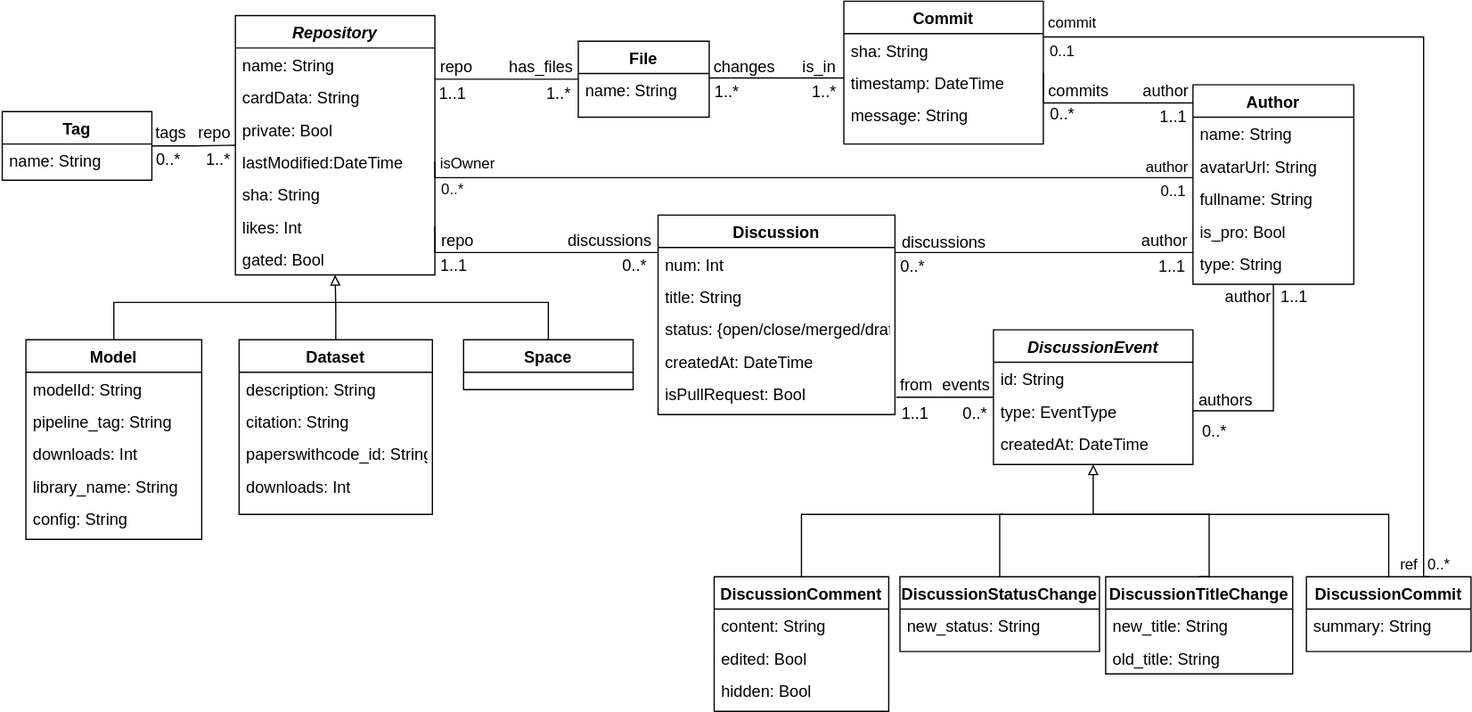
The draw.io diagram resources/figs/conceptualSchema.svg in SOM-Research/HFCommunity, before a commit. Source tidied: cells renumbered, new cells last; positions are measured from the earlier drawing's top-left corner, leaving out a move shared by most shapes.
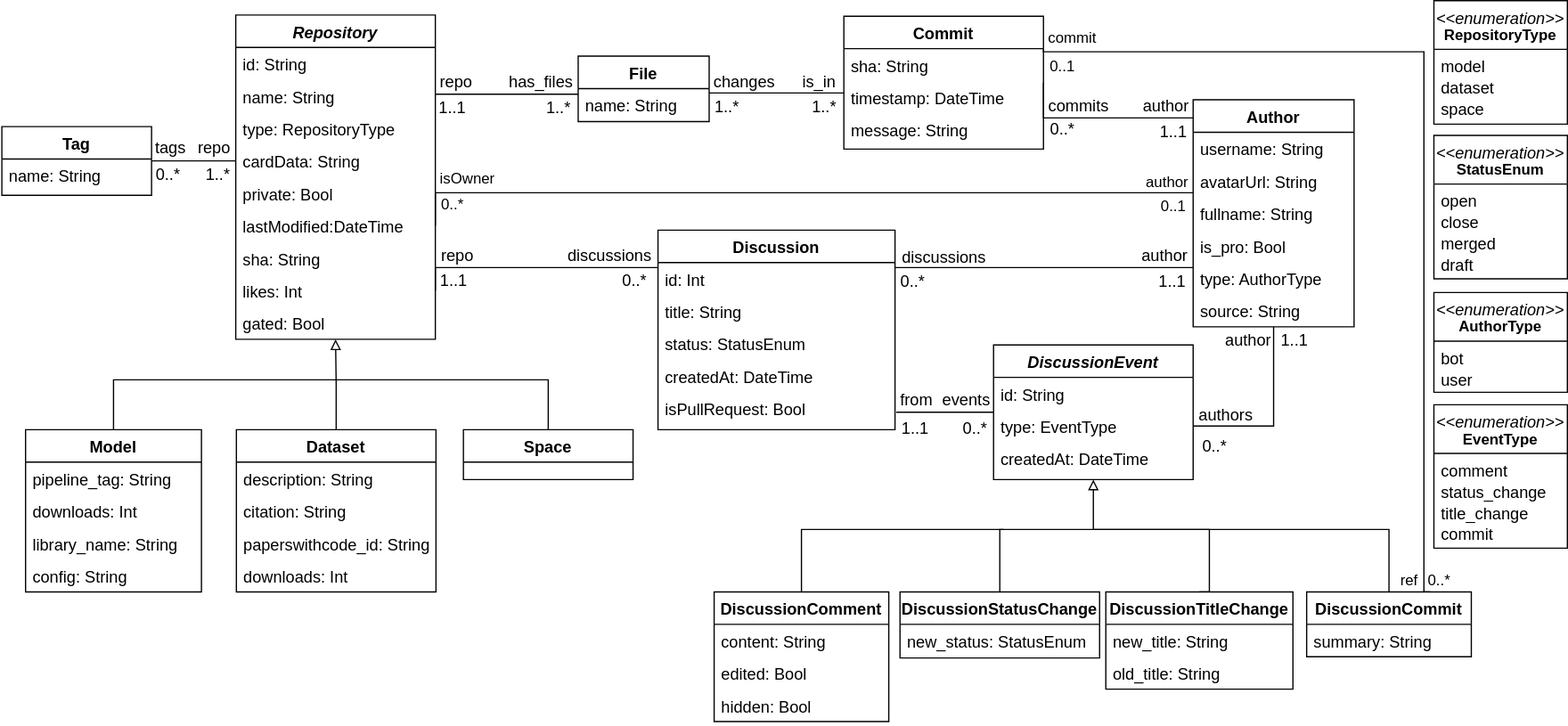
Above is the later version.

What changed in the source:
```diff
@@ -7,4 +7,4 @@
         <Array as="points">
-          <mxPoint x="90" y="242" />
-          <mxPoint x="438" y="242" />
+          <mxPoint x="89" y="292" />
+          <mxPoint x="438" y="292" />
         </Array>
@@ -13,18 +13,15 @@
     <mxCell id="3" value="Model" style="swimlane;fontStyle=1;align=center;verticalAlign=top;horizontal=1;startSize=26;rounded=0;shadow=0;strokeWidth=1;strokeColor=#000000;fontSize=13;" parent="1" vertex="1">
-      <mxGeometry x="19" y="272" width="141" height="160" as="geometry" />
+      <mxGeometry x="19" y="332" width="141" height="130" as="geometry" />
     </mxCell>
-    <mxCell id="4" value="modelId: String" style="text;align=left;verticalAlign=top;spacingLeft=4;spacingRight=4;overflow=hidden;strokeWidth=2;fontSize=13;" parent="3" vertex="1">
-      <mxGeometry y="26" width="141" height="26" as="geometry" />
-    </mxCell>
     <mxCell id="5" value="pipeline_tag: String" style="text;align=left;verticalAlign=top;spacingLeft=4;spacingRight=4;overflow=hidden;rounded=0;shadow=0;html=0;strokeWidth=2;fontSize=13;" parent="3" vertex="1">
-      <mxGeometry y="52" width="141" height="26" as="geometry" />
+      <mxGeometry y="26" width="141" height="26" as="geometry" />
     </mxCell>
     <mxCell id="6" value="downloads: Int" style="text;align=left;verticalAlign=top;spacingLeft=4;spacingRight=4;overflow=hidden;strokeWidth=2;fontSize=13;" parent="3" vertex="1">
-      <mxGeometry y="78" width="141" height="26" as="geometry" />
+      <mxGeometry y="52" width="141" height="26" as="geometry" />
     </mxCell>
     <mxCell id="7" value="library_name: String" style="text;align=left;verticalAlign=top;spacingLeft=4;spacingRight=4;overflow=hidden;strokeWidth=2;fontSize=13;" parent="3" vertex="1">
-      <mxGeometry y="104" width="141" height="26" as="geometry" />
+      <mxGeometry y="78" width="141" height="26" as="geometry" />
     </mxCell>
     <mxCell id="8" value="config: String" style="text;align=left;verticalAlign=top;spacingLeft=4;spacingRight=4;overflow=hidden;strokeWidth=2;fontSize=13;" parent="3" vertex="1">
-      <mxGeometry y="130" width="141" height="26" as="geometry" />
+      <mxGeometry y="104" width="141" height="26" as="geometry" />
     </mxCell>
@@ -34,21 +31,26 @@
     <mxCell id="10" value="Dataset" style="swimlane;fontStyle=1;align=center;verticalAlign=top;horizontal=1;startSize=26;rounded=0;shadow=0;strokeWidth=1;strokeColor=#000000;fontSize=13;" parent="1" vertex="1">
-      <mxGeometry x="190" y="272" width="155" height="140" as="geometry" />
+      <mxGeometry x="188" y="332" width="160" height="130" as="geometry" />
     </mxCell>
     <mxCell id="11" value="description: String" style="text;align=left;verticalAlign=top;spacingLeft=4;spacingRight=4;overflow=hidden;strokeWidth=2;fontSize=13;" parent="10" vertex="1">
-      <mxGeometry y="26" width="155" height="26" as="geometry" />
+      <mxGeometry y="26" width="160" height="26" as="geometry" />
     </mxCell>
     <mxCell id="12" value="citation: String" style="text;align=left;verticalAlign=top;spacingLeft=4;spacingRight=4;overflow=hidden;strokeWidth=2;fontSize=13;" parent="10" vertex="1">
-      <mxGeometry y="52" width="155" height="26" as="geometry" />
+      <mxGeometry y="52" width="160" height="26" as="geometry" />
     </mxCell>
     <mxCell id="13" value="paperswithcode_id: String" style="text;align=left;verticalAlign=top;spacingLeft=4;spacingRight=4;overflow=hidden;strokeWidth=2;fontSize=13;" parent="10" vertex="1">
-      <mxGeometry y="78" width="155" height="26" as="geometry" />
+      <mxGeometry y="78" width="160" height="26" as="geometry" />
     </mxCell>
     <mxCell id="14" value="downloads: Int" style="text;align=left;verticalAlign=top;spacingLeft=4;spacingRight=4;overflow=hidden;strokeWidth=2;fontSize=13;" parent="10" vertex="1">
-      <mxGeometry y="104" width="155" height="26" as="geometry" />
+      <mxGeometry y="104" width="160" height="26" as="geometry" />
     </mxCell>
     <mxCell id="15" value="Space" style="swimlane;fontStyle=1;align=center;verticalAlign=top;horizontal=1;startSize=26;rounded=0;shadow=0;strokeWidth=1;strokeColor=#000000;fontSize=13;" parent="1" vertex="1">
-      <mxGeometry x="370" y="272" width="136" height="40" as="geometry" />
+      <mxGeometry x="370" y="332" width="136" height="40" as="geometry" />
     </mxCell>
     <mxCell id="16" style="edgeStyle=orthogonalEdgeStyle;rounded=0;jettySize=auto;html=1;endArrow=none;endFill=0;" parent="1" edge="1" source="17" target="31">
-      <mxGeometry relative="1" as="geometry" />
+      <mxGeometry relative="1" as="geometry">
+        <Array as="points">
+          <mxPoint x="170" y="117" />
+          <mxPoint x="170" y="117" />
+        </Array>
+      </mxGeometry>
     </mxCell>
@@ -63,3 +65,3 @@
     </mxCell>
-    <mxCell id="20" value="num: Int" style="text;align=left;verticalAlign=top;spacingLeft=4;spacingRight=4;overflow=hidden;strokeWidth=2;fontSize=13;" parent="19" vertex="1">
+    <mxCell id="20" value="id: Int" style="text;align=left;verticalAlign=top;spacingLeft=4;spacingRight=4;overflow=hidden;strokeWidth=2;fontSize=13;" parent="19" vertex="1">
       <mxGeometry y="26" width="190" height="26" as="geometry" />
@@ -69,3 +71,3 @@
     </mxCell>
-    <mxCell id="22" value="status: {open/close/merged/draft}" style="text;align=left;verticalAlign=top;spacingLeft=4;spacingRight=4;overflow=hidden;rounded=0;shadow=0;html=0;strokeWidth=2;fontSize=13;" parent="19" vertex="1">
+    <mxCell id="22" value="status: StatusEnum" style="text;align=left;verticalAlign=top;spacingLeft=4;spacingRight=4;overflow=hidden;rounded=0;shadow=0;html=0;strokeWidth=2;fontSize=13;" parent="19" vertex="1">
       <mxGeometry y="78" width="190" height="26" as="geometry" />
@@ -79,5 +81,5 @@
     <mxCell id="25" value="Author" style="swimlane;fontStyle=1;align=center;verticalAlign=top;horizontal=1;startSize=26;rounded=0;shadow=0;strokeWidth=1;strokeColor=#000000;fontSize=13;" parent="1" vertex="1">
-      <mxGeometry x="955" y="67.5" width="129" height="160" as="geometry" />
+      <mxGeometry x="955" y="67.5" width="129" height="182" as="geometry" />
     </mxCell>
-    <mxCell id="26" value="name: String" style="text;align=left;verticalAlign=top;spacingLeft=4;spacingRight=4;overflow=hidden;rounded=0;shadow=0;html=0;strokeWidth=2;fontSize=13;" parent="25" vertex="1">
+    <mxCell id="26" value="username: String" style="text;align=left;verticalAlign=top;spacingLeft=4;spacingRight=4;overflow=hidden;rounded=0;shadow=0;html=0;strokeWidth=2;fontSize=13;" parent="25" vertex="1">
       <mxGeometry y="26" width="129" height="26" as="geometry" />
@@ -93,31 +95,40 @@
     </mxCell>
-    <mxCell id="30" value="type: String" style="text;align=left;verticalAlign=top;spacingLeft=4;spacingRight=4;overflow=hidden;rounded=0;shadow=0;html=0;strokeWidth=2;fontSize=13;" parent="25" vertex="1">
+    <mxCell id="30" value="type: AuthorType" style="text;align=left;verticalAlign=top;spacingLeft=4;spacingRight=4;overflow=hidden;rounded=0;shadow=0;html=0;strokeWidth=2;fontSize=13;" parent="25" vertex="1">
       <mxGeometry y="130" width="129" height="26" as="geometry" />
     </mxCell>
+    <mxCell id="112" value="source: String" style="text;align=left;verticalAlign=top;spacingLeft=4;spacingRight=4;overflow=hidden;rounded=0;shadow=0;html=0;strokeWidth=2;fontSize=13;" parent="25" vertex="1">
+      <mxGeometry y="156" width="129" height="26" as="geometry" />
+    </mxCell>
     <mxCell id="31" value="Repository" style="swimlane;fontStyle=3;align=center;verticalAlign=top;horizontal=1;startSize=26;rounded=0;shadow=0;strokeWidth=1;strokeColor=#000000;fontSize=13;" parent="1" vertex="1">
-      <mxGeometry x="187" y="12" width="160" height="208" as="geometry" />
+      <mxGeometry x="187.5" y="-0.5" width="160" height="260" as="geometry" />
     </mxCell>
-    <mxCell id="32" value="name: String" style="text;align=left;verticalAlign=top;spacingLeft=4;spacingRight=4;overflow=hidden;strokeWidth=2;fontSize=13;" parent="31" vertex="1">
+    <mxCell id="32" value="id: String" style="text;align=left;verticalAlign=top;spacingLeft=4;spacingRight=4;overflow=hidden;strokeWidth=2;fontSize=13;" parent="31" vertex="1">
       <mxGeometry y="26" width="160" height="26" as="geometry" />
     </mxCell>
+    <mxCell id="113" value="name: String" style="text;align=left;verticalAlign=top;spacingLeft=4;spacingRight=4;overflow=hidden;strokeWidth=2;fontSize=13;" parent="31" vertex="1">
+      <mxGeometry y="52" width="160" height="26" as="geometry" />
+    </mxCell>
+    <mxCell id="114" value="type: RepositoryType" style="text;align=left;verticalAlign=top;spacingLeft=4;spacingRight=4;overflow=hidden;rounded=0;shadow=0;html=0;strokeWidth=2;fontSize=13;" parent="31" vertex="1">
+      <mxGeometry y="78" width="160" height="26" as="geometry" />
+    </mxCell>
     <mxCell id="33" value="cardData: String" style="text;align=left;verticalAlign=top;spacingLeft=4;spacingRight=4;overflow=hidden;rounded=0;shadow=0;html=0;strokeWidth=2;fontSize=13;" parent="31" vertex="1">
-      <mxGeometry y="52" width="160" height="26" as="geometry" />
+      <mxGeometry y="104" width="160" height="26" as="geometry" />
     </mxCell>
     <mxCell id="34" value="private: Bool" style="text;align=left;verticalAlign=top;spacingLeft=4;spacingRight=4;overflow=hidden;rounded=0;shadow=0;html=0;strokeWidth=2;fontSize=13;" parent="31" vertex="1">
-      <mxGeometry y="78" width="160" height="26" as="geometry" />
+      <mxGeometry y="130" width="160" height="26" as="geometry" />
     </mxCell>
     <mxCell id="35" value="lastModified:DateTime" style="text;align=left;verticalAlign=top;spacingLeft=4;spacingRight=4;overflow=hidden;points=[[0,0.5],[1,0.5]];portConstraint=eastwest;rounded=0;shadow=0;html=0;strokeWidth=2;fontSize=13;" parent="31" vertex="1">
-      <mxGeometry y="104" width="160" height="26" as="geometry" />
+      <mxGeometry y="156" width="160" height="26" as="geometry" />
     </mxCell>
     <mxCell id="36" value="sha: String" style="text;align=left;verticalAlign=top;spacingLeft=4;spacingRight=4;overflow=hidden;rounded=0;shadow=0;html=0;strokeWidth=2;fontSize=13;" parent="31" vertex="1">
-      <mxGeometry y="130" width="160" height="26" as="geometry" />
+      <mxGeometry y="182" width="160" height="26" as="geometry" />
     </mxCell>
     <mxCell id="37" value="likes: Int" style="text;align=left;verticalAlign=top;spacingLeft=4;spacingRight=4;overflow=hidden;points=[[0,0.5],[1,0.5]];portConstraint=eastwest;rounded=0;shadow=0;html=0;strokeWidth=2;fontSize=13;" parent="31" vertex="1">
-      <mxGeometry y="156" width="160" height="26" as="geometry" />
+      <mxGeometry y="208" width="160" height="26" as="geometry" />
     </mxCell>
     <mxCell id="38" value="gated: Bool" style="text;align=left;verticalAlign=top;spacingLeft=4;spacingRight=4;overflow=hidden;fontStyle=0;strokeWidth=2;fontSize=13;" parent="31" vertex="1">
-      <mxGeometry y="182" width="160" height="26" as="geometry" />
+      <mxGeometry y="234" width="160" height="26" as="geometry" />
     </mxCell>
     <mxCell id="39" value="File" style="swimlane;fontStyle=1;align=center;verticalAlign=top;horizontal=1;startSize=26;rounded=0;shadow=0;strokeWidth=1;strokeColor=#000000;fontSize=13;" parent="1" vertex="1">
-      <mxGeometry x="462" y="32.5" width="105" height="61" as="geometry" />
+      <mxGeometry x="462" y="32.5" width="105" height="52.5" as="geometry" />
     </mxCell>
@@ -164,3 +175,3 @@
     <mxCell id="48" value="Commit" style="swimlane;fontStyle=1;align=center;verticalAlign=top;horizontal=1;startSize=26;rounded=0;shadow=0;strokeWidth=1;strokeColor=#000000;fontSize=13;" parent="1" vertex="1">
-      <mxGeometry x="675" y="0.5" width="160" height="114.5" as="geometry" />
+      <mxGeometry x="675" y="0.5" width="160" height="106.5" as="geometry" />
     </mxCell>
@@ -290,6 +301,6 @@
     <mxCell id="87" value="author" style="text;html=1;align=center;verticalAlign=middle;strokeColor=none;fillColor=none;fontSize=13;" parent="1" vertex="1">
-      <mxGeometry x="969" y="222" width="60" height="30" as="geometry" />
+      <mxGeometry x="969" y="245" width="60" height="30" as="geometry" />
     </mxCell>
     <mxCell id="88" value="1..1" style="text;html=1;align=center;verticalAlign=middle;strokeColor=none;fillColor=none;fontSize=13;" parent="1" vertex="1">
-      <mxGeometry x="1011" y="222" width="50" height="30" as="geometry" />
+      <mxGeometry x="1011" y="245" width="50" height="30" as="geometry" />
     </mxCell>
@@ -302,3 +313,3 @@
     <mxCell id="91" value="DiscussionComment" style="swimlane;fontStyle=1;align=center;verticalAlign=top;horizontal=1;startSize=26;rounded=0;shadow=0;strokeWidth=1;strokeColor=#000000;fontSize=13;" parent="1" vertex="1">
-      <mxGeometry x="571" y="462" width="140" height="108" as="geometry" />
+      <mxGeometry x="571" y="462" width="140" height="104" as="geometry" />
     </mxCell>
@@ -322,5 +333,5 @@
     <mxCell id="96" value="DiscussionStatusChange" style="swimlane;fontStyle=1;align=center;verticalAlign=top;horizontal=1;startSize=26;rounded=0;shadow=0;strokeWidth=1;strokeColor=#000000;fontSize=13;" parent="1" vertex="1">
-      <mxGeometry x="720" y="462" width="160" height="60" as="geometry" />
+      <mxGeometry x="720" y="462" width="160" height="53" as="geometry" />
     </mxCell>
-    <mxCell id="97" value="new_status: String" style="text;align=left;verticalAlign=top;spacingLeft=4;spacingRight=4;overflow=hidden;strokeWidth=2;fontSize=13;" parent="96" vertex="1">
+    <mxCell id="97" value="new_status: StatusEnum" style="text;align=left;verticalAlign=top;spacingLeft=4;spacingRight=4;overflow=hidden;strokeWidth=2;fontSize=13;" parent="96" vertex="1">
       <mxGeometry y="26" width="160" height="26" as="geometry" />
@@ -352,3 +363,3 @@
     <mxCell id="101" value="DiscussionCommit" style="swimlane;fontStyle=1;align=center;verticalAlign=top;horizontal=1;startSize=26;rounded=0;shadow=0;strokeWidth=1;strokeColor=#000000;fontSize=13;" parent="1" vertex="1">
-      <mxGeometry x="1046" y="462" width="132" height="60" as="geometry" />
+      <mxGeometry x="1046" y="462" width="132" height="52" as="geometry" />
     </mxCell>
@@ -393,2 +404,77 @@
     </mxCell>
+    <mxCell id="115" style="group;" parent="1" vertex="1">
+      <mxGeometry x="1148" y="-12" width="107" height="99" as="geometry" />
+    </mxCell>
+    <mxCell id="116" value="&lt;&lt;enumeration&gt;&gt;" style="swimlane;fontStyle=2;align=center;verticalAlign=top;horizontal=1;startSize=39;rounded=0;shadow=0;strokeWidth=1;strokeColor=#000000;fontSize=13;" parent="115" vertex="1">
+      <mxGeometry width="107" height="99" as="geometry" />
+    </mxCell>
+    <mxCell id="117" value="model" style="text;align=left;verticalAlign=top;spacingLeft=4;spacingRight=4;overflow=hidden;rounded=0;shadow=0;html=0;strokeWidth=2;fontSize=13;" parent="116" vertex="1">
+      <mxGeometry y="39" width="107" height="17" as="geometry" />
+    </mxCell>
+    <mxCell id="118" value="dataset" style="text;align=left;verticalAlign=top;spacingLeft=4;spacingRight=4;overflow=hidden;rounded=0;shadow=0;html=0;strokeWidth=2;fontSize=13;" parent="116" vertex="1">
+      <mxGeometry y="56" width="107" height="17" as="geometry" />
+    </mxCell>
+    <mxCell id="119" value="space" style="text;align=left;verticalAlign=top;spacingLeft=4;spacingRight=4;overflow=hidden;rounded=0;shadow=0;html=0;strokeWidth=2;fontSize=13;" parent="116" vertex="1">
+      <mxGeometry y="73" width="107" height="17" as="geometry" />
+    </mxCell>
+    <mxCell id="120" value="&lt;b&gt;RepositoryType&lt;/b&gt;" style="text;html=1;strokeColor=none;fillColor=none;align=center;verticalAlign=middle;whiteSpace=wrap;rounded=0;fontFamily=Helvetica;fontSize=12;fontColor=default;" parent="115" vertex="1">
+      <mxGeometry y="13.2" width="107" height="29.4" as="geometry" />
+    </mxCell>
+    <mxCell id="121" style="group;" parent="1" vertex="1">
+      <mxGeometry x="1148" y="96" width="107" height="115" as="geometry" />
+    </mxCell>
+    <mxCell id="122" value="&lt;&lt;enumeration&gt;&gt;" style="swimlane;fontStyle=2;align=center;verticalAlign=top;horizontal=1;startSize=39;rounded=0;shadow=0;strokeWidth=1;strokeColor=#000000;fontSize=13;" parent="121" vertex="1">
+      <mxGeometry width="107" height="115" as="geometry" />
+    </mxCell>
+    <mxCell id="123" value="open" style="text;align=left;verticalAlign=top;spacingLeft=4;spacingRight=4;overflow=hidden;rounded=0;shadow=0;html=0;strokeWidth=2;fontSize=13;" parent="122" vertex="1">
+      <mxGeometry y="39" width="107" height="17" as="geometry" />
+    </mxCell>
+    <mxCell id="124" value="close" style="text;align=left;verticalAlign=top;spacingLeft=4;spacingRight=4;overflow=hidden;strokeWidth=2;fontSize=13;" parent="122" vertex="1">
+      <mxGeometry y="56" width="107" height="17" as="geometry" />
+    </mxCell>
+    <mxCell id="125" value="merged" style="text;align=left;verticalAlign=top;spacingLeft=4;spacingRight=4;overflow=hidden;rounded=0;shadow=0;html=0;strokeWidth=2;fontSize=13;" parent="122" vertex="1">
+      <mxGeometry y="73" width="107" height="17" as="geometry" />
+    </mxCell>
+    <mxCell id="126" value="draft" style="text;align=left;verticalAlign=top;spacingLeft=4;spacingRight=4;overflow=hidden;rounded=0;shadow=0;html=0;strokeWidth=2;fontSize=13;" parent="122" vertex="1">
+      <mxGeometry y="90" width="107" height="17" as="geometry" />
+    </mxCell>
+    <mxCell id="127" value="&lt;b&gt;StatusEnum&lt;/b&gt;" style="text;html=1;strokeColor=none;fillColor=none;align=center;verticalAlign=middle;whiteSpace=wrap;rounded=0;fontFamily=Helvetica;fontSize=12;fontColor=default;" parent="121" vertex="1">
+      <mxGeometry x="27" y="13.2" width="53.1" height="29.4" as="geometry" />
+    </mxCell>
+    <mxCell id="128" style="group;" parent="1" vertex="1">
+      <mxGeometry x="1148" y="222" width="107" height="80" as="geometry" />
+    </mxCell>
+    <mxCell id="129" value="&lt;&lt;enumeration&gt;&gt;" style="swimlane;fontStyle=2;align=center;verticalAlign=top;horizontal=1;startSize=39;rounded=0;shadow=0;strokeWidth=1;strokeColor=#000000;fontSize=13;" parent="128" vertex="1">
+      <mxGeometry width="107" height="80" as="geometry" />
+    </mxCell>
+    <mxCell id="130" value="&lt;b&gt;AuthorType&lt;/b&gt;" style="text;html=1;strokeColor=none;fillColor=none;align=center;verticalAlign=middle;whiteSpace=wrap;rounded=0;fontFamily=Helvetica;fontSize=12;fontColor=default;" parent="128" vertex="1">
+      <mxGeometry x="27" y="13.2" width="53.1" height="29.4" as="geometry" />
+    </mxCell>
+    <mxCell id="131" value="bot" style="text;align=left;verticalAlign=top;spacingLeft=4;spacingRight=4;overflow=hidden;rounded=0;shadow=0;html=0;strokeWidth=2;fontSize=13;" parent="128" vertex="1">
+      <mxGeometry y="39" width="107" height="17" as="geometry" />
+    </mxCell>
+    <mxCell id="132" value="user" style="text;align=left;verticalAlign=top;spacingLeft=4;spacingRight=4;overflow=hidden;strokeWidth=2;fontSize=13;" parent="128" vertex="1">
+      <mxGeometry y="56" width="107" height="17" as="geometry" />
+    </mxCell>
+    <mxCell id="133" style="group;" parent="1" vertex="1">
+      <mxGeometry x="1148" y="312" width="107" height="115" as="geometry" />
+    </mxCell>
+    <mxCell id="134" value="&lt;&lt;enumeration&gt;&gt;" style="swimlane;fontStyle=2;align=center;verticalAlign=top;horizontal=1;startSize=39;rounded=0;shadow=0;strokeWidth=1;strokeColor=#000000;fontSize=13;" parent="133" vertex="1">
+      <mxGeometry width="107" height="115" as="geometry" />
+    </mxCell>
+    <mxCell id="135" value="comment" style="text;align=left;verticalAlign=top;spacingLeft=4;spacingRight=4;overflow=hidden;rounded=0;shadow=0;html=0;strokeWidth=2;fontSize=13;" parent="134" vertex="1">
+      <mxGeometry y="39" width="107" height="17" as="geometry" />
+    </mxCell>
+    <mxCell id="136" value="status_change" style="text;align=left;verticalAlign=top;spacingLeft=4;spacingRight=4;overflow=hidden;strokeWidth=2;fontSize=13;" parent="134" vertex="1">
+      <mxGeometry y="56" width="107" height="17" as="geometry" />
+    </mxCell>
+    <mxCell id="137" value="title_change" style="text;align=left;verticalAlign=top;spacingLeft=4;spacingRight=4;overflow=hidden;rounded=0;shadow=0;html=0;strokeWidth=2;fontSize=13;" parent="134" vertex="1">
+      <mxGeometry y="73" width="107" height="17" as="geometry" />
+    </mxCell>
+    <mxCell id="138" value="commit" style="text;align=left;verticalAlign=top;spacingLeft=4;spacingRight=4;overflow=hidden;rounded=0;shadow=0;html=0;strokeWidth=2;fontSize=13;" parent="134" vertex="1">
+      <mxGeometry y="90" width="107" height="17" as="geometry" />
+    </mxCell>
+    <mxCell id="139" value="&lt;b&gt;EventType&lt;/b&gt;" style="text;html=1;strokeColor=none;fillColor=none;align=center;verticalAlign=middle;whiteSpace=wrap;rounded=0;fontFamily=Helvetica;fontSize=12;fontColor=default;" parent="133" vertex="1">
+      <mxGeometry x="27" y="13.2" width="53.1" height="29.4" as="geometry" />
+    </mxCell>
   </root>
```
